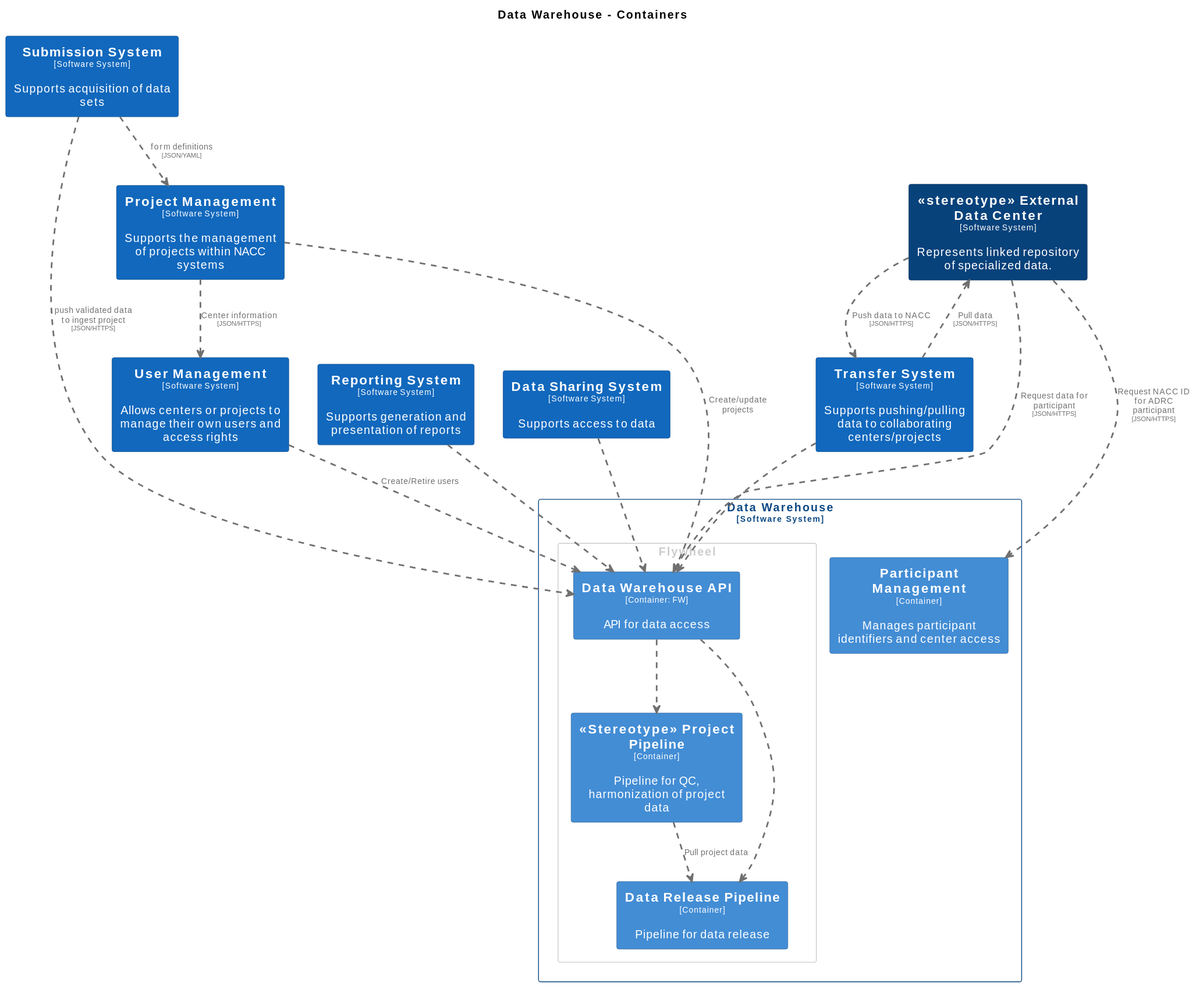
This is docs/images/structurizr-WarehouseContainers.svg from naccdata/system-design, a PlantUML export, as it was before one commit.
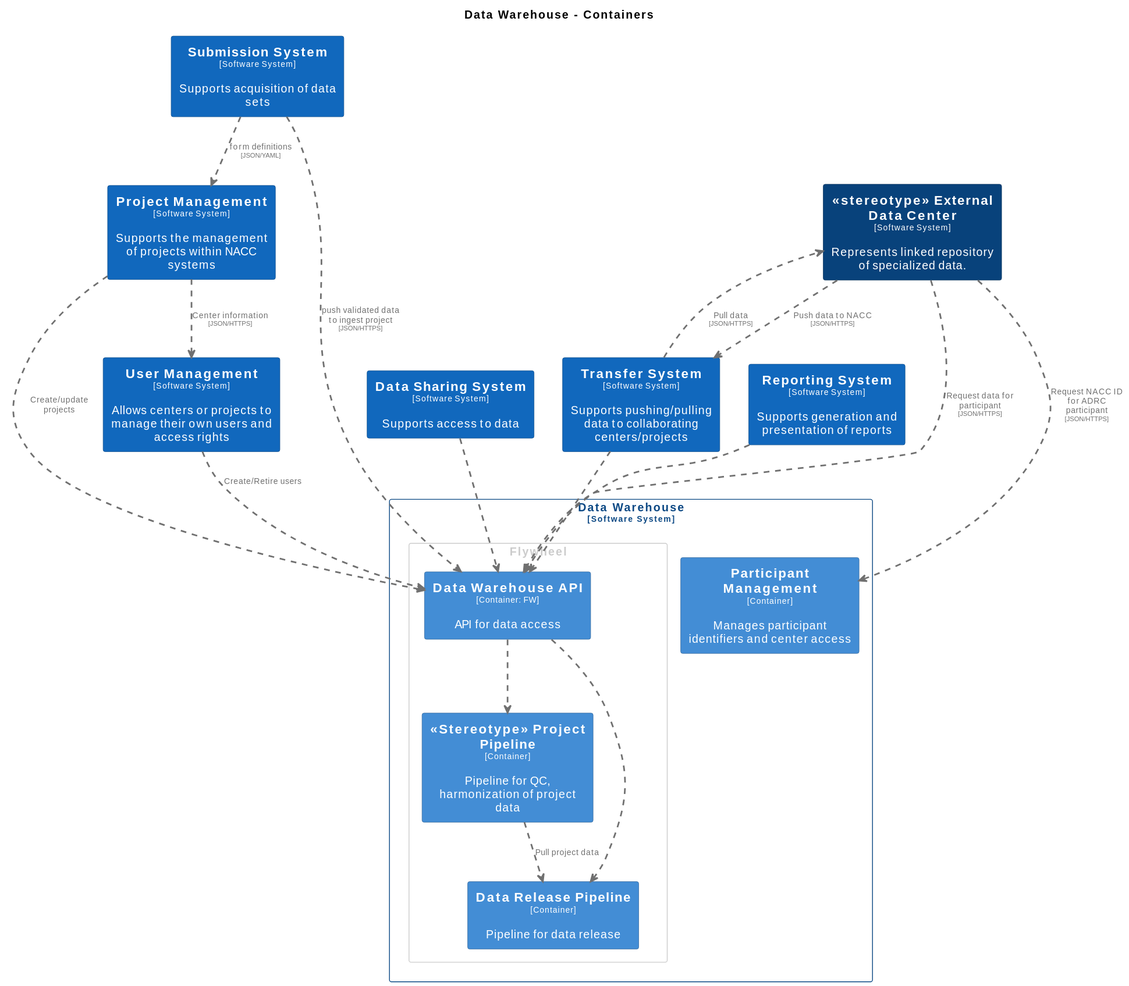
The same diagram one commit later.

Diff of the diagram source:
```diff
@@ -70,8 +70,8 @@
   BorderColor #0b4884
 }
 
+rectangle "==Reporting System\n<size:10>[Software System]</size>\n\nSupports generation and presentation of reports" <<ReportingSystem>> as ReportingSystem
 rectangle "==Submission System\n<size:10>[Software System]</size>\n\nSupports acquisition of data sets" <<SubmissionSystem>> as SubmissionSystem
-rectangle "==Reporting System\n<size:10>[Software System]</size>\n\nSupports generation and presentation of reports" <<ReportingSystem>> as ReportingSystem
 rectangle "==User Management\n<size:10>[Software System]</size>\n\nAllows centers or projects to manage their own users and access rights" <<UserManagement>> as UserManagement
 rectangle "==Project Management\n<size:10>[Software System]</size>\n\nSupports the management of projects within NACC systems" <<ProjectManagement>> as ProjectManagement
 rectangle "==Data Sharing System\n<size:10>[Software System]</size>\n\nSupports access to data" <<DataSharingSystem>> as DataSharingSystem
@@ -94,12 +94,13 @@
   rectangle "==Participant Management\n<size:10>[Container]</size>\n\nManages participant identifiers and center access" <<DataWarehouse.ParticipantManagement>> as DataWarehouse.ParticipantManagement
 }
 
+TransferSystem .[#707070,thickness=2].> DataWarehouse.DataWarehouseAPI : "<color:#707070>"
 ReportingSystem .[#707070,thickness=2].> DataWarehouse.DataWarehouseAPI : "<color:#707070>"
 DataSharingSystem .[#707070,thickness=2].> DataWarehouse.DataWarehouseAPI : "<color:#707070>"
 DataWarehouse.StereotypeProjectPipeline .[#707070,thickness=2].> DataWarehouse.DataReleasePipeline : "<color:#707070>Pull project data"
+DataWarehouse.DataWarehouseAPI .[#707070,thickness=2].> DataWarehouse.StereotypeProjectPipeline : "<color:#707070>"
 stereotypeExternalDataCenter .[#707070,thickness=2].> DataWarehouse.ParticipantManagement : "<color:#707070>Request NACC ID for ADRC participant\n<color:#707070><size:8>[JSON/HTTPS]</size>"
 stereotypeExternalDataCenter .[#707070,thickness=2].> DataWarehouse.DataWarehouseAPI : "<color:#707070>Request data for participant\n<color:#707070><size:8>[JSON/HTTPS]</size>"
-DataWarehouse.DataWarehouseAPI .[#707070,thickness=2].> DataWarehouse.StereotypeProjectPipeline : "<color:#707070>"
 stereotypeExternalDataCenter .[#707070,thickness=2].> TransferSystem : "<color:#707070>Push data to NACC\n<color:#707070><size:8>[JSON/HTTPS]</size>"
 TransferSystem .[#707070,thickness=2].> stereotypeExternalDataCenter : "<color:#707070>Pull data\n<color:#707070><size:8>[JSON/HTTPS]</size>"
 DataWarehouse.DataWarehouseAPI .[#707070,thickness=2].> DataWarehouse.DataReleasePipeline : "<color:#707070>"
@@ -108,5 +109,4 @@
 ProjectManagement .[#707070,thickness=2].> DataWarehouse.DataWarehouseAPI : "<color:#707070>Create/update projects"
 SubmissionSystem .[#707070,thickness=2].> ProjectManagement : "<color:#707070>form definitions\n<color:#707070><size:8>[JSON/YAML]</size>"
 SubmissionSystem .[#707070,thickness=2].> DataWarehouse.DataWarehouseAPI : "<color:#707070>push validated data to ingest project\n<color:#707070><size:8>[JSON/HTTPS]</size>"
-TransferSystem .[#707070,thickness=2].> DataWarehouse.DataWarehouseAPI : "<color:#707070>"
 @enduml
```
